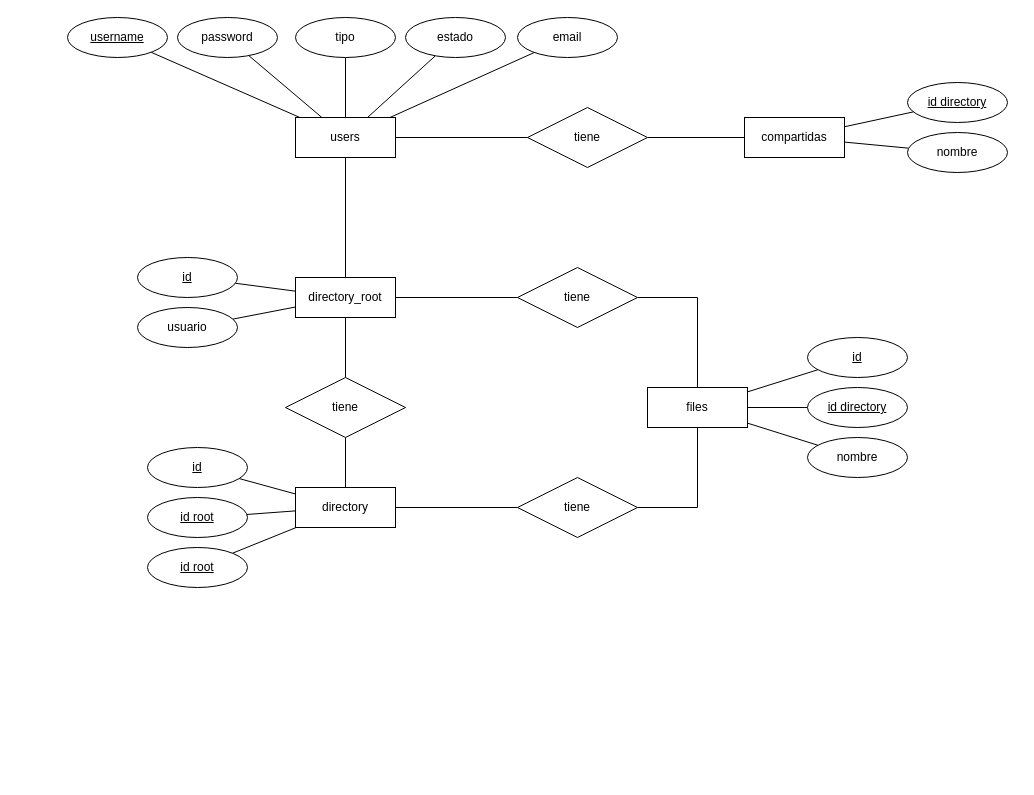
The draw.io diagram page "Entidad relacion" (1 of 2) of Documentación/Diagramas GraFile.drawio in luisbaquiax/Save-Files, before the edit. Source tidied: cells renumbered, new cells numbered last; positions are measured from the earlier drawing's top-left corner, leaving out a move shared by most shapes. Both pictures are drawn from the tidied source at 100%, with x=0, y=0 at pixel (67, 17).
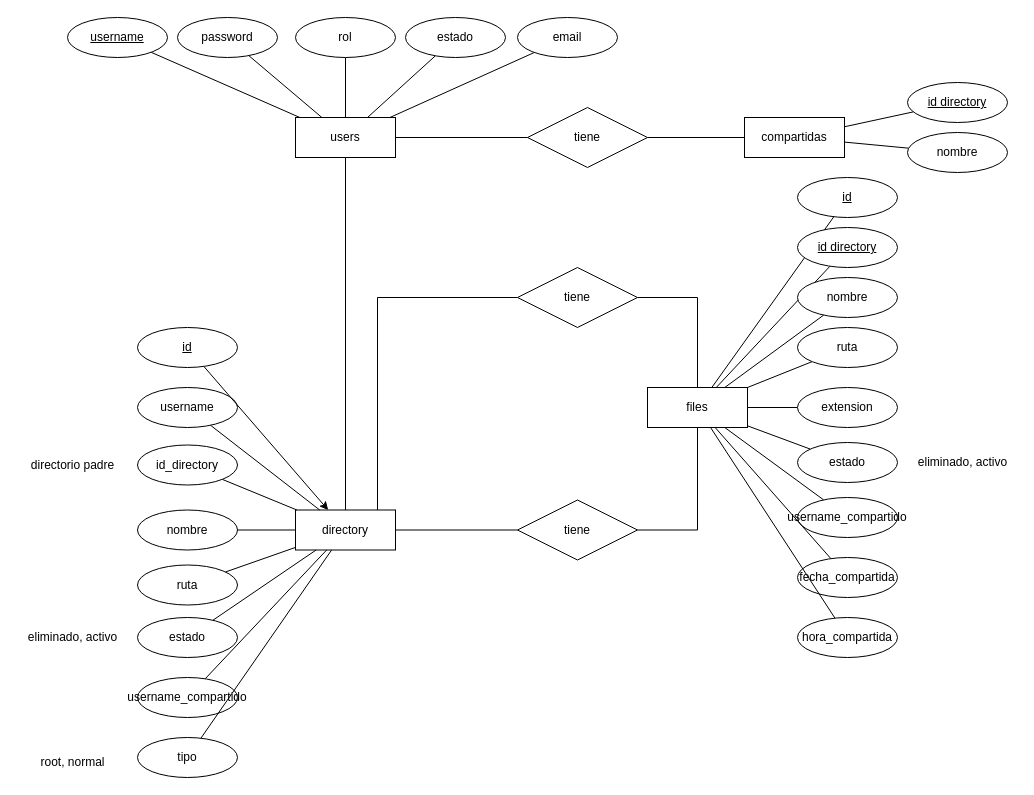
After the change.

Unchanged cells that the change refers to:
```xml
<mxCell id="6" value="users" style="whiteSpace=wrap;html=1;align=center;" parent="1" vertex="1">
  <mxGeometry x="228" y="100" width="100" height="40" as="geometry" />
</mxCell>
<mxCell id="32" value="tiene" style="shape=rhombus;perimeter=rhombusPerimeter;whiteSpace=wrap;html=1;align=center;" parent="1" vertex="1">
  <mxGeometry x="450" y="250" width="120" height="60" as="geometry" />
</mxCell>
```

The edit, as a diff of the source:
```diff
@@
-    <mxCell id="4" style="edgeStyle=none;rounded=0;jettySize=auto;html=1;endArrow=none;endFill=0;" parent="1" edge="1" source="6" target="17">
+    <mxCell id="4" style="edgeStyle=none;rounded=0;jettySize=auto;html=1;endArrow=none;endFill=0;" parent="1" edge="1" source="6" target="25">
       <mxGeometry relative="1" as="geometry" />
     </mxCell>
@@
-    <mxCell id="11" value="tipo" style="ellipse;whiteSpace=wrap;html=1;align=center;" parent="1" vertex="1">
+    <mxCell id="11" value="rol" style="ellipse;whiteSpace=wrap;html=1;align=center;" parent="1" vertex="1">
       <mxGeometry x="228" width="100" height="40" as="geometry" />
     </mxCell>
@@
-    <mxCell id="15" style="edgeStyle=none;rounded=0;jettySize=auto;html=1;endArrow=none;endFill=0;" parent="1" edge="1" source="17" target="30">
-      <mxGeometry relative="1" as="geometry" />
-    </mxCell>
-    <mxCell id="16" style="edgeStyle=none;rounded=0;jettySize=auto;html=1;endArrow=none;endFill=0;" parent="1" edge="1" source="17" target="32">
-      <mxGeometry relative="1" as="geometry" />
+    <mxCell id="16" style="edgeStyle=orthogonalEdgeStyle;rounded=0;jettySize=auto;html=1;endArrow=none;endFill=0;" parent="1" edge="1" source="25" target="32">
+      <mxGeometry relative="1" as="geometry">
+        <Array as="points">
+          <mxPoint x="310" y="280" />
+        </Array>
+      </mxGeometry>
     </mxCell>
-    <mxCell id="17" value="directory_root" style="whiteSpace=wrap;html=1;align=center;" parent="1" vertex="1">
-      <mxGeometry x="228" y="260" width="100" height="40" as="geometry" />
-    </mxCell>
-    <mxCell id="18" value="files" style="whiteSpace=wrap;html=1;align=center;" parent="1" vertex="1">
-      <mxGeometry x="580" y="370" width="100" height="40" as="geometry" />
-    </mxCell>
-    <mxCell id="19" style="edgeStyle=none;rounded=0;jettySize=auto;html=1;endArrow=none;endFill=0;" parent="1" edge="1" source="20" target="18">
-      <mxGeometry relative="1" as="geometry" />
-    </mxCell>
-    <mxCell id="20" value="id" style="ellipse;whiteSpace=wrap;html=1;align=center;fontStyle=4;" parent="1" vertex="1">
-      <mxGeometry x="740" y="320" width="100" height="40" as="geometry" />
-    </mxCell>
-    <mxCell id="21" style="edgeStyle=none;rounded=0;jettySize=auto;html=1;endArrow=none;endFill=0;" parent="1" edge="1" source="22" target="18">
-      <mxGeometry relative="1" as="geometry" />
-    </mxCell>
-    <mxCell id="22" value="id directory" style="ellipse;whiteSpace=wrap;html=1;align=center;fontStyle=4;" parent="1" vertex="1">
-      <mxGeometry x="740" y="370" width="100" height="40" as="geometry" />
-    </mxCell>
-    <mxCell id="23" style="edgeStyle=none;rounded=0;jettySize=auto;html=1;endArrow=none;endFill=0;" parent="1" edge="1" source="25" target="30">
-      <mxGeometry relative="1" as="geometry" />
-    </mxCell>
@@
     <mxCell id="25" value="directory" style="whiteSpace=wrap;html=1;align=center;" parent="1" vertex="1">
-      <mxGeometry x="228" y="470" width="100" height="40" as="geometry" />
+      <mxGeometry x="228" y="492.5" width="100" height="40" as="geometry" />
     </mxCell>
@@
-    <mxCell id="27" value="id" style="ellipse;whiteSpace=wrap;html=1;align=center;fontStyle=4;" parent="1" vertex="1">
-      <mxGeometry x="80" y="430" width="100" height="40" as="geometry" />
+    <mxCell id="27" value="username" style="ellipse;whiteSpace=wrap;html=1;align=center;fontStyle=0;" parent="1" vertex="1">
+      <mxGeometry x="70" y="370" width="100" height="40" as="geometry" />
     </mxCell>
@@
-    <mxCell id="29" value="id root" style="ellipse;whiteSpace=wrap;html=1;align=center;fontStyle=4;" parent="1" vertex="1">
-      <mxGeometry x="80" y="480" width="100" height="40" as="geometry" />
+    <mxCell id="29" value="id_directory" style="ellipse;whiteSpace=wrap;html=1;align=center;fontStyle=0;" parent="1" vertex="1">
+      <mxGeometry x="70" y="427.5" width="100" height="40" as="geometry" />
     </mxCell>
-    <mxCell id="30" value="tiene" style="shape=rhombus;perimeter=rhombusPerimeter;whiteSpace=wrap;html=1;align=center;" parent="1" vertex="1">
-      <mxGeometry x="218" y="360" width="120" height="60" as="geometry" />
-    </mxCell>
@@
     <mxCell id="34" value="tiene" style="shape=rhombus;perimeter=rhombusPerimeter;whiteSpace=wrap;html=1;align=center;" parent="1" vertex="1">
-      <mxGeometry x="450" y="460" width="120" height="60" as="geometry" />
+      <mxGeometry x="450" y="482.5" width="120" height="60" as="geometry" />
     </mxCell>
-    <mxCell id="35" style="edgeStyle=none;rounded=0;jettySize=auto;html=1;endArrow=none;endFill=0;" parent="1" edge="1" source="36" target="25">
-      <mxGeometry relative="1" as="geometry" />
-    </mxCell>
-    <mxCell id="36" value="id root" style="ellipse;whiteSpace=wrap;html=1;align=center;fontStyle=4;" parent="1" vertex="1">
-      <mxGeometry x="80" y="530" width="100" height="40" as="geometry" />
-    </mxCell>
-    <mxCell id="37" style="edgeStyle=none;rounded=0;jettySize=auto;html=1;endArrow=none;endFill=0;" parent="1" edge="1" source="38" target="18">
-      <mxGeometry relative="1" as="geometry" />
-    </mxCell>
-    <mxCell id="38" value="nombre" style="ellipse;whiteSpace=wrap;html=1;align=center;fontStyle=0;" parent="1" vertex="1">
-      <mxGeometry x="740" y="420" width="100" height="40" as="geometry" />
-    </mxCell>
-    <mxCell id="39" style="edgeStyle=none;rounded=0;jettySize=auto;html=1;endArrow=none;endFill=0;" parent="1" edge="1" source="40" target="17">
-      <mxGeometry relative="1" as="geometry" />
-    </mxCell>
-    <mxCell id="40" value="id" style="ellipse;whiteSpace=wrap;html=1;align=center;fontStyle=4;" parent="1" vertex="1">
-      <mxGeometry x="70" y="240" width="100" height="40" as="geometry" />
-    </mxCell>
-    <mxCell id="41" style="edgeStyle=none;rounded=0;jettySize=auto;html=1;endArrow=none;endFill=0;" parent="1" edge="1" source="42" target="17">
-      <mxGeometry relative="1" as="geometry" />
-    </mxCell>
-    <mxCell id="42" value="usuario" style="ellipse;whiteSpace=wrap;html=1;align=center;fontStyle=0;" parent="1" vertex="1">
-      <mxGeometry x="70" y="290" width="100" height="40" as="geometry" />
-    </mxCell>
@@
+    <mxCell id="50" style="edgeStyle=none;rounded=0;jettySize=auto;html=1;endArrow=none;endFill=0;" parent="1" edge="1" source="51" target="25">
+      <mxGeometry relative="1" as="geometry" />
+    </mxCell>
+    <mxCell id="51" value="nombre" style="ellipse;whiteSpace=wrap;html=1;align=center;fontStyle=0;" parent="1" vertex="1">
+      <mxGeometry x="70" y="492.5" width="100" height="40" as="geometry" />
+    </mxCell>
+    <mxCell id="52" style="edgeStyle=none;rounded=0;jettySize=auto;html=1;endArrow=none;endFill=0;" parent="1" edge="1" source="53" target="25">
+      <mxGeometry relative="1" as="geometry" />
+    </mxCell>
+    <mxCell id="53" value="ruta" style="ellipse;whiteSpace=wrap;html=1;align=center;fontStyle=0;" parent="1" vertex="1">
+      <mxGeometry x="70" y="547.5" width="100" height="40" as="geometry" />
+    </mxCell>
+    <mxCell id="54" value="eliminado, activo" style="text;html=1;align=center;verticalAlign=middle;strokeColor=none;fillColor=none;" parent="1" vertex="1">
+      <mxGeometry x="840" y="430" width="110" height="30" as="geometry" />
+    </mxCell>
+    <mxCell id="55" style="rounded=0;jettySize=auto;html=1;endArrow=none;endFill=0;" parent="1" edge="1" source="56" target="25">
+      <mxGeometry relative="1" as="geometry" />
+    </mxCell>
+    <mxCell id="56" value="estado" style="ellipse;whiteSpace=wrap;html=1;align=center;fontStyle=0;" parent="1" vertex="1">
+      <mxGeometry x="70" y="600" width="100" height="40" as="geometry" />
+    </mxCell>
+    <mxCell id="18" value="files" style="whiteSpace=wrap;html=1;align=center;" parent="1" vertex="1">
+      <mxGeometry x="580" y="370" width="100" height="40" as="geometry" />
+    </mxCell>
+    <mxCell id="19" style="edgeStyle=none;rounded=0;jettySize=auto;html=1;endArrow=none;endFill=0;" parent="1" edge="1" source="20" target="18">
+      <mxGeometry relative="1" as="geometry" />
+    </mxCell>
+    <mxCell id="20" value="id" style="ellipse;whiteSpace=wrap;html=1;align=center;fontStyle=4;" parent="1" vertex="1">
+      <mxGeometry x="730" y="160" width="100" height="40" as="geometry" />
+    </mxCell>
+    <mxCell id="21" style="edgeStyle=none;rounded=0;jettySize=auto;html=1;endArrow=none;endFill=0;" parent="1" edge="1" source="22" target="18">
+      <mxGeometry relative="1" as="geometry" />
+    </mxCell>
+    <mxCell id="22" value="id directory" style="ellipse;whiteSpace=wrap;html=1;align=center;fontStyle=4;" parent="1" vertex="1">
+      <mxGeometry x="730" y="210" width="100" height="40" as="geometry" />
+    </mxCell>
+    <mxCell id="37" style="edgeStyle=none;rounded=0;jettySize=auto;html=1;endArrow=none;endFill=0;" parent="1" edge="1" source="38" target="18">
+      <mxGeometry relative="1" as="geometry" />
+    </mxCell>
+    <mxCell id="38" value="nombre" style="ellipse;whiteSpace=wrap;html=1;align=center;fontStyle=0;" parent="1" vertex="1">
+      <mxGeometry x="730" y="260" width="100" height="40" as="geometry" />
+    </mxCell>
+    <mxCell id="57" style="edgeStyle=none;rounded=0;jettySize=auto;html=1;endArrow=none;endFill=0;" parent="1" edge="1" source="58" target="18">
+      <mxGeometry relative="1" as="geometry" />
+    </mxCell>
+    <mxCell id="58" value="ruta" style="ellipse;whiteSpace=wrap;html=1;align=center;fontStyle=0;" parent="1" vertex="1">
+      <mxGeometry x="730" y="310" width="100" height="40" as="geometry" />
+    </mxCell>
+    <mxCell id="59" style="edgeStyle=none;rounded=0;jettySize=auto;html=1;endArrow=none;endFill=0;" parent="1" edge="1" source="60" target="18">
+      <mxGeometry relative="1" as="geometry" />
+    </mxCell>
+    <mxCell id="60" value="extension" style="ellipse;whiteSpace=wrap;html=1;align=center;fontStyle=0;" parent="1" vertex="1">
+      <mxGeometry x="730" y="370" width="100" height="40" as="geometry" />
+    </mxCell>
+    <mxCell id="61" style="edgeStyle=none;rounded=0;jettySize=auto;html=1;endArrow=none;endFill=0;" parent="1" edge="1" source="62" target="18">
+      <mxGeometry relative="1" as="geometry" />
+    </mxCell>
+    <mxCell id="62" value="estado" style="ellipse;whiteSpace=wrap;html=1;align=center;fontStyle=0;" parent="1" vertex="1">
+      <mxGeometry x="730" y="425" width="100" height="40" as="geometry" />
+    </mxCell>
+    <mxCell id="63" style="edgeStyle=none;rounded=0;jettySize=auto;html=1;endArrow=none;endFill=0;" parent="1" edge="1" source="64" target="18">
+      <mxGeometry relative="1" as="geometry" />
+    </mxCell>
+    <mxCell id="64" value="username_compartido" style="ellipse;whiteSpace=wrap;html=1;align=center;fontStyle=0;" parent="1" vertex="1">
+      <mxGeometry x="730" y="480" width="100" height="40" as="geometry" />
+    </mxCell>
+    <mxCell id="65" style="edgeStyle=none;rounded=0;jettySize=auto;html=1;endArrow=none;endFill=0;" parent="1" edge="1" source="66" target="25">
+      <mxGeometry relative="1" as="geometry" />
+    </mxCell>
+    <mxCell id="66" value="username_compartido" style="ellipse;whiteSpace=wrap;html=1;align=center;fontStyle=0;" parent="1" vertex="1">
+      <mxGeometry x="70" y="660" width="100" height="40" as="geometry" />
+    </mxCell>
+    <mxCell id="67" value="eliminado, activo" style="text;html=1;align=center;verticalAlign=middle;strokeColor=none;fillColor=none;" parent="1" vertex="1">
+      <mxGeometry x="-50" y="605" width="110" height="30" as="geometry" />
+    </mxCell>
+    <mxCell id="68" style="edgeStyle=none;rounded=0;jettySize=auto;html=1;endArrow=none;endFill=0;" parent="1" edge="1" source="69" target="18">
+      <mxGeometry relative="1" as="geometry" />
+    </mxCell>
+    <mxCell id="69" value="fecha_compartida" style="ellipse;whiteSpace=wrap;html=1;align=center;fontStyle=0;" parent="1" vertex="1">
+      <mxGeometry x="730" y="540" width="100" height="40" as="geometry" />
+    </mxCell>
+    <mxCell id="70" style="edgeStyle=none;rounded=0;jettySize=auto;html=1;endArrow=none;endFill=0;" parent="1" edge="1" source="71" target="18">
+      <mxGeometry relative="1" as="geometry" />
+    </mxCell>
+    <mxCell id="71" value="hora_compartida" style="ellipse;whiteSpace=wrap;html=1;align=center;fontStyle=0;" parent="1" vertex="1">
+      <mxGeometry x="730" y="600" width="100" height="40" as="geometry" />
+    </mxCell>
+    <mxCell id="72" style="edgeStyle=none;rounded=0;jettySize=auto;html=1;endArrow=none;endFill=0;" parent="1" edge="1" source="73" target="25">
+      <mxGeometry relative="1" as="geometry" />
+    </mxCell>
+    <mxCell id="73" value="tipo" style="ellipse;whiteSpace=wrap;html=1;align=center;fontStyle=0;" parent="1" vertex="1">
+      <mxGeometry x="70" y="720" width="100" height="40" as="geometry" />
+    </mxCell>
+    <mxCell id="74" value="root, normal" style="text;html=1;align=center;verticalAlign=middle;strokeColor=none;fillColor=none;" parent="1" vertex="1">
+      <mxGeometry x="-40" y="730" width="90" height="30" as="geometry" />
+    </mxCell>
+    <mxCell id="75" value="directorio padre" style="text;html=1;align=center;verticalAlign=middle;strokeColor=none;fillColor=none;" parent="1" vertex="1">
+      <mxGeometry x="-50" y="432.5" width="110" height="30" as="geometry" />
+    </mxCell>
+    <mxCell id="76" style="edgeStyle=none;rounded=0;jettySize=auto;html=1;" parent="1" edge="1" source="40" target="25">
+      <mxGeometry relative="1" as="geometry" />
+    </mxCell>
+    <mxCell id="40" value="id" style="ellipse;whiteSpace=wrap;html=1;align=center;fontStyle=4;" parent="1" vertex="1">
+      <mxGeometry x="70" y="310" width="100" height="40" as="geometry" />
+    </mxCell>
```
